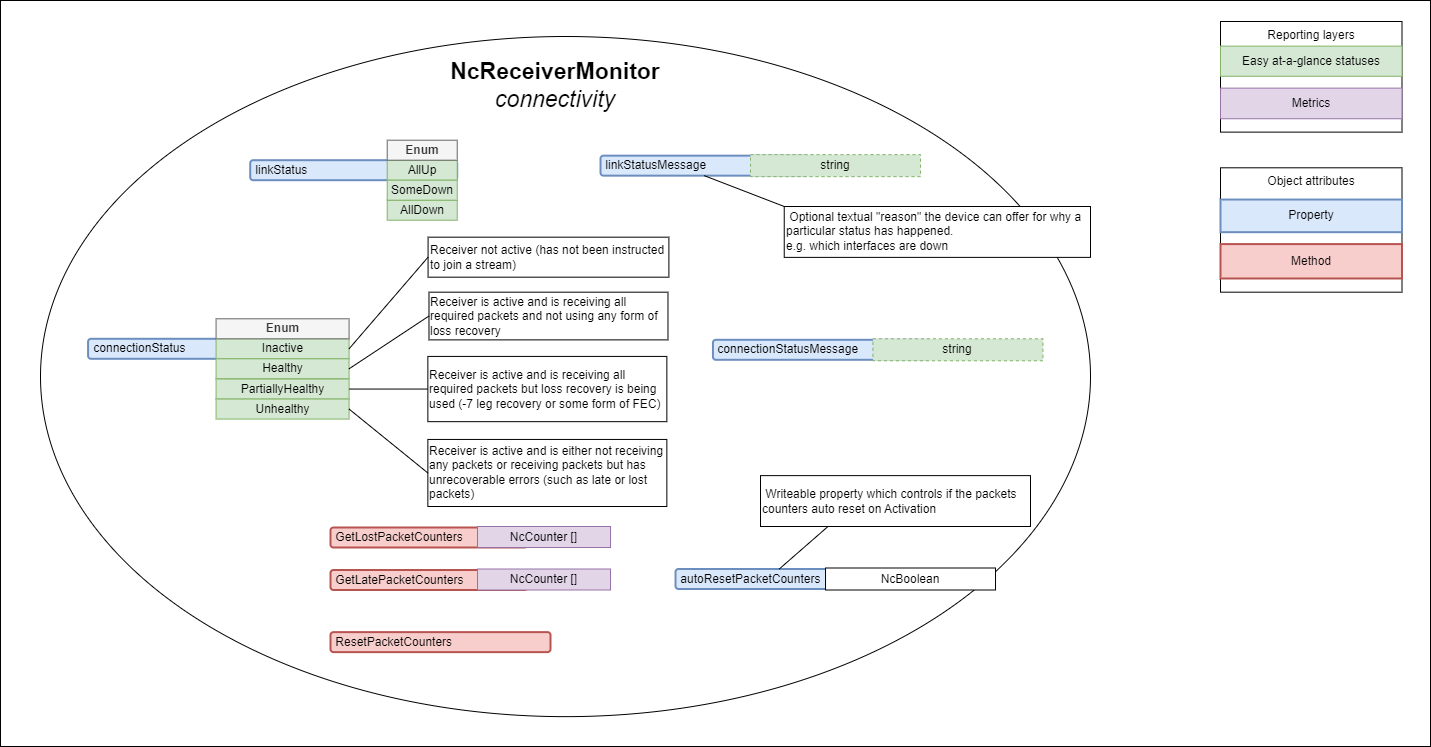
Earlier version of the draw.io export docs/images/receiver-model-connectivity.png (AMWA-TV/bcp-008-01). Source tidied: cells renumbered, new cells last; positions are measured from the earlier drawing's top-left corner, leaving out a move shared by most shapes.
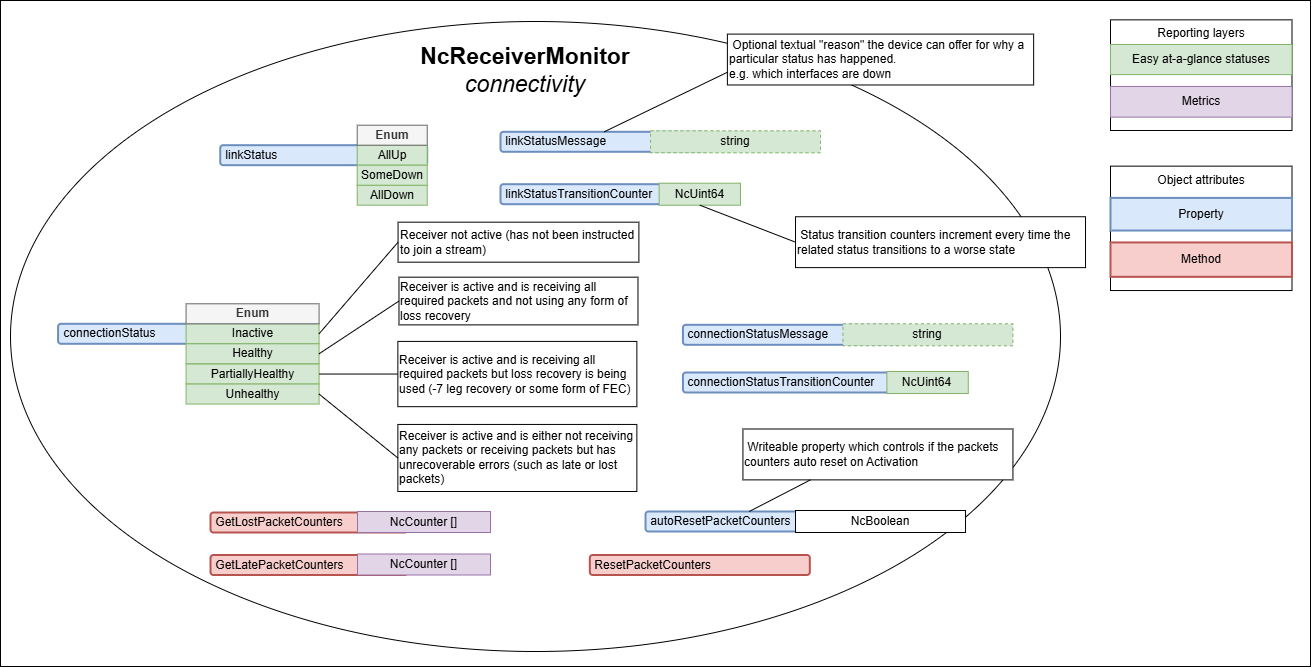
After the commit.

Commit message:
Add status transition counter properties

Diff of the diagram source:
```diff
@@ -3,28 +3,28 @@
     <mxCell id="0" />
     <mxCell id="1" parent="0" />
     <mxCell id="2" style="rounded=0;whiteSpace=wrap;html=1;" parent="1" vertex="1">
-      <mxGeometry width="1430" height="746" as="geometry" />
+      <mxGeometry x="30" y="15" width="1310" height="666" as="geometry" />
     </mxCell>
     <mxCell id="3" style="ellipse;whiteSpace=wrap;html=1;" parent="1" vertex="1">
-      <mxGeometry x="40" y="36" width="1050" height="680.1" as="geometry" />
+      <mxGeometry x="40" y="36" width="1050" height="630" as="geometry" />
     </mxCell>
     <mxCell id="4" value="Reporting layers" style="rounded=0;whiteSpace=wrap;html=1;horizontal=1;verticalAlign=top;" parent="1" vertex="1">
-      <mxGeometry x="1220" y="21" width="181.5" height="110.6" as="geometry" />
+      <mxGeometry x="1140" y="34.3" width="181.5" height="110.6" as="geometry" />
     </mxCell>
     <mxCell id="5" value="Easy at-a-glance statuses" style="rounded=0;whiteSpace=wrap;html=1;fillColor=#d5e8d4;strokeColor=#82b366;" parent="1" vertex="1">
-      <mxGeometry x="1220" y="45.6" width="181.5" height="30.1" as="geometry" />
+      <mxGeometry x="1140" y="59" width="181.5" height="30.1" as="geometry" />
     </mxCell>
     <mxCell id="6" value="Metrics" style="rounded=0;whiteSpace=wrap;html=1;fillColor=#e1d5e7;strokeColor=#9673a6;" parent="1" vertex="1">
-      <mxGeometry x="1220" y="87.6" width="181.5" height="30.6" as="geometry" />
+      <mxGeometry x="1140" y="101" width="181.5" height="30.6" as="geometry" />
     </mxCell>
     <mxCell id="7" value="Object attributes" style="rounded=0;whiteSpace=wrap;html=1;horizontal=1;verticalAlign=top;" parent="1" vertex="1">
-      <mxGeometry x="1220" y="167.3" width="181.5" height="124.4" as="geometry" />
+      <mxGeometry x="1140" y="180.6" width="181.5" height="124.4" as="geometry" />
     </mxCell>
     <mxCell id="8" value="Property" style="rounded=0;whiteSpace=wrap;html=1;fillColor=#dae8fc;strokeColor=#6c8ebf;align=center;strokeWidth=2;" parent="1" vertex="1">
-      <mxGeometry x="1220" y="199" width="181.5" height="32.6" as="geometry" />
+      <mxGeometry x="1140" y="212.4" width="181.5" height="32.6" as="geometry" />
     </mxCell>
     <mxCell id="9" value="Method" style="rounded=0;whiteSpace=wrap;html=1;fillColor=#f8cecc;strokeColor=#b85450;align=center;strokeWidth=2;" parent="1" vertex="1">
-      <mxGeometry x="1220" y="243.6" width="181.5" height="34.4" as="geometry" />
+      <mxGeometry x="1140" y="257" width="181.5" height="34.4" as="geometry" />
     </mxCell>
     <mxCell id="10" value="NcReceiverMonitor&lt;div&gt;&lt;span style=&quot;font-weight: normal;&quot;&gt;&lt;i&gt;connectivity&lt;/i&gt;&lt;/span&gt;&lt;/div&gt;" style="text;html=1;strokeColor=none;fillColor=none;align=center;verticalAlign=middle;whiteSpace=wrap;rounded=0;strokeWidth=1;fontSize=23;fontStyle=1;" parent="1" vertex="1">
       <mxGeometry x="431.2" y="51.9" width="247.5" height="65.6" as="geometry" />
@@ -87,15 +87,15 @@
       <mxGeometry relative="1" as="geometry" />
     </mxCell>
     <mxCell id="30" value="&amp;nbsp;linkStatusMessage" style="rounded=1;whiteSpace=wrap;html=1;align=left;fillColor=#dae8fc;strokeColor=#6c8ebf;strokeWidth=2;" parent="1" vertex="1">
-      <mxGeometry x="600" y="155.2" width="207.5" height="20" as="geometry" />
+      <mxGeometry x="530" y="146.3" width="207.5" height="20" as="geometry" />
     </mxCell>
     <mxCell id="31" value="string" style="rounded=0;whiteSpace=wrap;html=1;dashed=1;fillColor=#d5e8d4;strokeColor=#82b366;" parent="1" vertex="1">
-      <mxGeometry x="750" y="154.2" width="170" height="22" as="geometry" />
+      <mxGeometry x="680" y="145.3" width="170" height="22" as="geometry" />
     </mxCell>
     <mxCell id="32" value="&lt;div&gt;&amp;nbsp;Optional textual &quot;reason&quot; the device can offer for why a particular status has happened.&lt;/div&gt;&lt;div&gt;e.g. which interfaces are down&lt;br&gt;&lt;/div&gt;" style="text;html=1;strokeColor=default;fillColor=default;align=left;verticalAlign=middle;whiteSpace=wrap;rounded=0;" parent="1" vertex="1">
-      <mxGeometry x="783.7" y="206" width="306.3" height="50.9" as="geometry" />
+      <mxGeometry x="756.9" y="48.6" width="306.3" height="50.9" as="geometry" />
     </mxCell>
-    <mxCell id="33" style="endArrow=none;html=1;rounded=0;entryX=0;entryY=0;entryDx=0;entryDy=0;exitX=0.5;exitY=1;exitDx=0;exitDy=0;" parent="1" edge="1" source="30" target="32">
+    <mxCell id="33" style="endArrow=none;html=1;rounded=0;entryX=0;entryY=0.75;entryDx=0;entryDy=0;exitX=0.5;exitY=0;exitDx=0;exitDy=0;" parent="1" edge="1" source="30" target="32">
       <mxGeometry relative="1" as="geometry" />
     </mxCell>
     <mxCell id="34" value="&amp;nbsp;connectionStatusMessage" style="rounded=1;whiteSpace=wrap;html=1;align=left;fillColor=#dae8fc;strokeColor=#6c8ebf;strokeWidth=2;" parent="1" vertex="1">
@@ -105,31 +105,49 @@
       <mxGeometry x="872.4" y="338.3" width="170" height="22" as="geometry" />
     </mxCell>
     <mxCell id="36" value="&amp;nbsp;GetLostPacketCounters" style="rounded=1;whiteSpace=wrap;html=1;align=left;fillColor=#f8cecc;strokeColor=#b85450;strokeWidth=2;" parent="1" vertex="1">
-      <mxGeometry x="330" y="527" width="197" height="20" as="geometry" />
+      <mxGeometry x="240" y="527" width="197" height="20" as="geometry" />
     </mxCell>
     <mxCell id="37" value="NcCounter []" style="rounded=0;whiteSpace=wrap;html=1;fillColor=#e1d5e7;strokeColor=#9673a6;" parent="1" vertex="1">
-      <mxGeometry x="477" y="526" width="133" height="21" as="geometry" />
+      <mxGeometry x="387" y="526" width="133" height="21" as="geometry" />
     </mxCell>
     <mxCell id="38" value="&amp;nbsp;GetLatePacketCounters" style="rounded=1;whiteSpace=wrap;html=1;align=left;fillColor=#f8cecc;strokeColor=#b85450;strokeWidth=2;" parent="1" vertex="1">
-      <mxGeometry x="330" y="569.5" width="197" height="20" as="geometry" />
+      <mxGeometry x="240" y="569.5" width="197" height="20" as="geometry" />
     </mxCell>
     <mxCell id="39" value="NcCounter []" style="rounded=0;whiteSpace=wrap;html=1;fillColor=#e1d5e7;strokeColor=#9673a6;" parent="1" vertex="1">
-      <mxGeometry x="477" y="568.5" width="133" height="21" as="geometry" />
+      <mxGeometry x="387" y="568.5" width="133" height="21" as="geometry" />
     </mxCell>
     <mxCell id="40" value="&amp;nbsp;ResetPacketCounters" style="rounded=1;whiteSpace=wrap;html=1;align=left;fillColor=#f8cecc;strokeColor=#b85450;strokeWidth=2;" parent="1" vertex="1">
-      <mxGeometry x="330" y="631.6" width="220" height="20" as="geometry" />
+      <mxGeometry x="619.3" y="569.5" width="220" height="20" as="geometry" />
     </mxCell>
     <mxCell id="41" value="&amp;nbsp;autoResetPacketCounters" style="rounded=1;whiteSpace=wrap;html=1;align=left;fillColor=#dae8fc;strokeColor=#6c8ebf;strokeWidth=2;" parent="1" vertex="1">
-      <mxGeometry x="675" y="568.5" width="207.5" height="20" as="geometry" />
+      <mxGeometry x="675" y="526" width="207.5" height="20" as="geometry" />
     </mxCell>
     <mxCell id="42" value="NcBoolean" style="rounded=0;whiteSpace=wrap;html=1;" parent="1" vertex="1">
-      <mxGeometry x="825" y="567.5" width="170" height="22" as="geometry" />
+      <mxGeometry x="825" y="525" width="170" height="22" as="geometry" />
     </mxCell>
     <mxCell id="43" value="&amp;nbsp;Writeable property which controls if the packets counters auto reset on Activation" style="text;html=1;strokeColor=default;fillColor=default;align=left;verticalAlign=middle;whiteSpace=wrap;rounded=0;" parent="1" vertex="1">
-      <mxGeometry x="760" y="475.1" width="270" height="50.9" as="geometry" />
+      <mxGeometry x="772.4" y="443.5" width="270" height="50.9" as="geometry" />
     </mxCell>
     <mxCell id="44" style="endArrow=none;html=1;rounded=0;entryX=0.5;entryY=0;entryDx=0;entryDy=0;exitX=0.25;exitY=1;exitDx=0;exitDy=0;" parent="1" edge="1" source="43" target="41">
       <mxGeometry relative="1" as="geometry" />
     </mxCell>
+    <mxCell id="45" value="&amp;nbsp;linkStatusTransitionCounter" style="rounded=1;whiteSpace=wrap;html=1;align=left;fillColor=#dae8fc;strokeColor=#6c8ebf;strokeWidth=2;" parent="1" vertex="1">
+      <mxGeometry x="530" y="198.7" width="183.3" height="20" as="geometry" />
+    </mxCell>
+    <mxCell id="46" value="NcUint64" style="rounded=0;whiteSpace=wrap;html=1;fillColor=#d5e8d4;strokeColor=#82b366;" parent="1" vertex="1">
+      <mxGeometry x="688.6" y="197.7" width="81.4" height="22" as="geometry" />
+    </mxCell>
+    <mxCell id="47" value="&amp;nbsp;connectionStatusTransitionCounter" style="rounded=1;whiteSpace=wrap;html=1;align=left;fillColor=#dae8fc;strokeColor=#6c8ebf;strokeWidth=2;" parent="1" vertex="1">
+      <mxGeometry x="712.4" y="387" width="228.6" height="20" as="geometry" />
+    </mxCell>
+    <mxCell id="48" value="NcUint64" style="rounded=0;whiteSpace=wrap;html=1;fillColor=#d5e8d4;strokeColor=#82b366;" parent="1" vertex="1">
+      <mxGeometry x="916.4" y="386" width="81.4" height="22" as="geometry" />
+    </mxCell>
+    <mxCell id="49" value="&amp;nbsp;Status transition counters increment every time the related status transitions to a worse state" style="text;html=1;strokeColor=default;fillColor=default;align=left;verticalAlign=middle;whiteSpace=wrap;rounded=0;" parent="1" vertex="1">
+      <mxGeometry x="825" y="231.2" width="290" height="50.9" as="geometry" />
+    </mxCell>
+    <mxCell id="50" style="endArrow=none;html=1;rounded=0;entryX=0;entryY=0.5;entryDx=0;entryDy=0;exitX=0.5;exitY=1;exitDx=0;exitDy=0;" parent="1" edge="1" source="46" target="49">
+      <mxGeometry relative="1" as="geometry" />
+    </mxCell>
   </root>
 </mxGraphModel>
```
